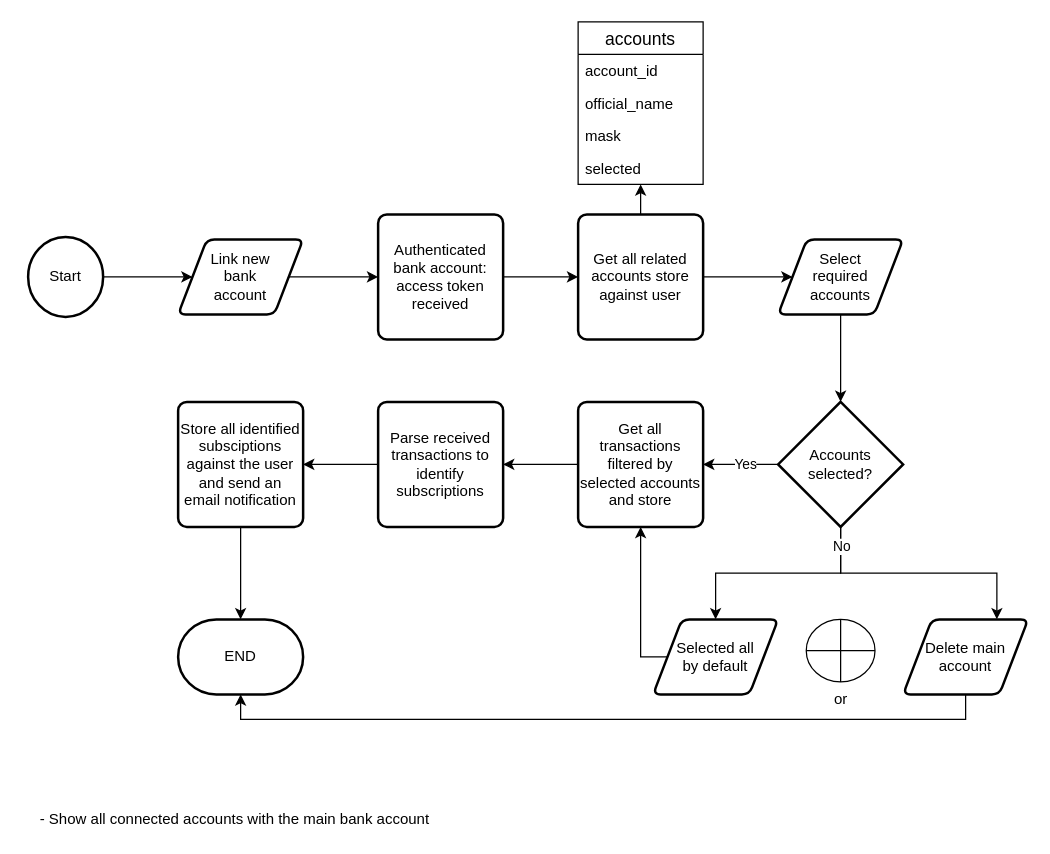
This is PlaidIntegrationWorkflow.drawio from somangshu/subtracker-docs, a draw.io file, before an edit. Source tidied: cells renumbered, new cells numbered last; positions are measured from the earlier drawing's top-left corner, leaving out a move shared by most shapes. Both pictures are drawn from the tidied source at 125%, with x=0, y=0 at pixel (28, 21).
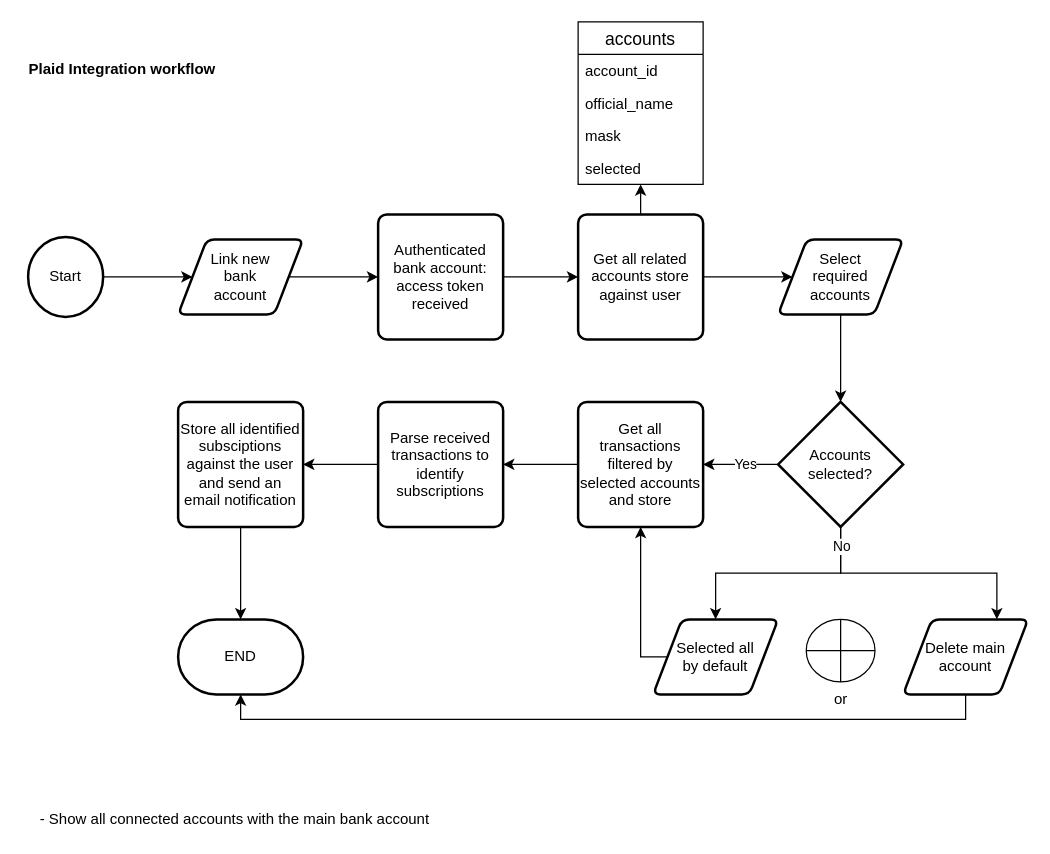
Above is the later version.

Diff of the diagram source:
```diff
@@
+    <mxCell id="37" value="&lt;b&gt;Plaid Integration workflow&lt;/b&gt;" style="text;html=1;align=center;verticalAlign=middle;" parent="1" vertex="1">
+      <mxGeometry x="-5" y="28" width="160" height="20" as="geometry" />
+    </mxCell>
```
